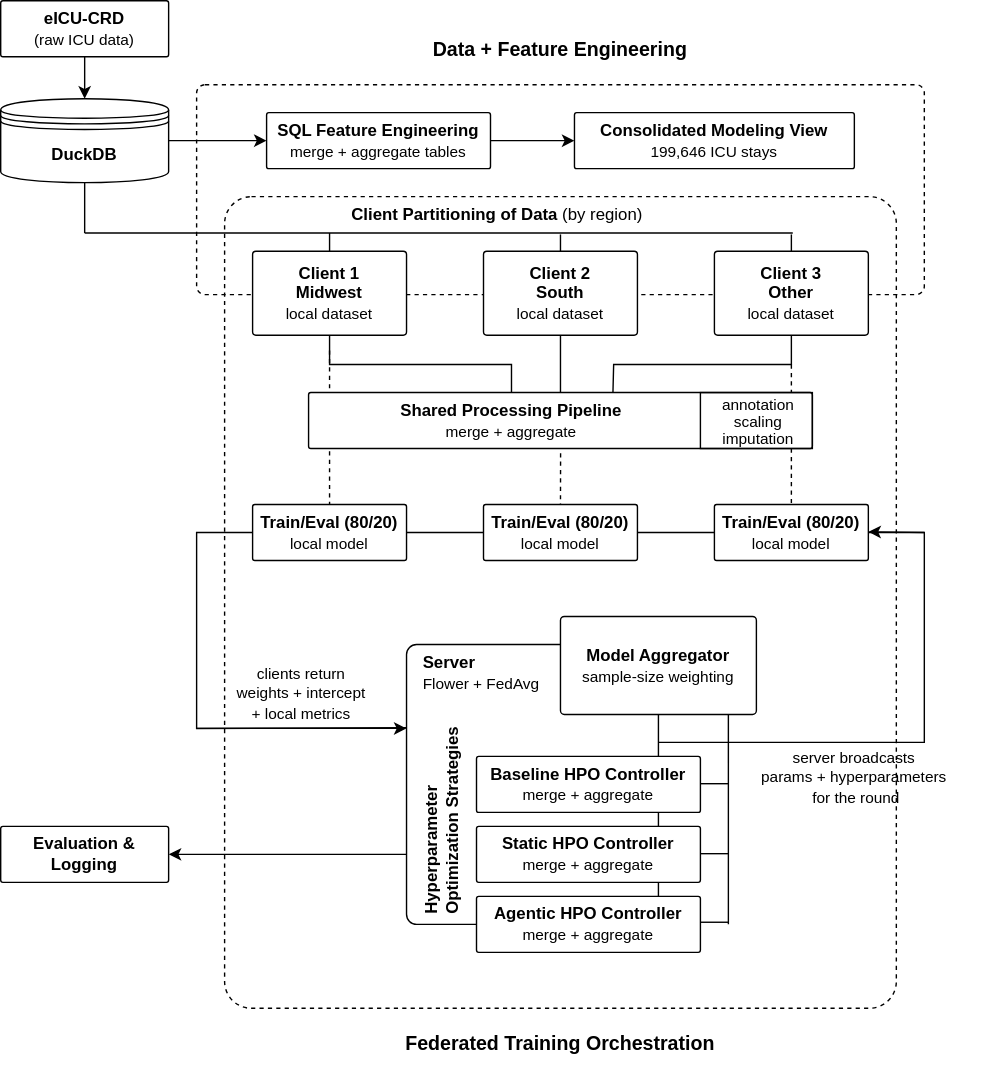
Before: docs/approach_overview.svg, a diagram exported from draw.io (umdnp/swe520capstone-agentic-hpo). Source tidied: cells renumbered, new cells last; positions are measured from the earlier drawing's top-left corner, leaving out a move shared by most shapes.
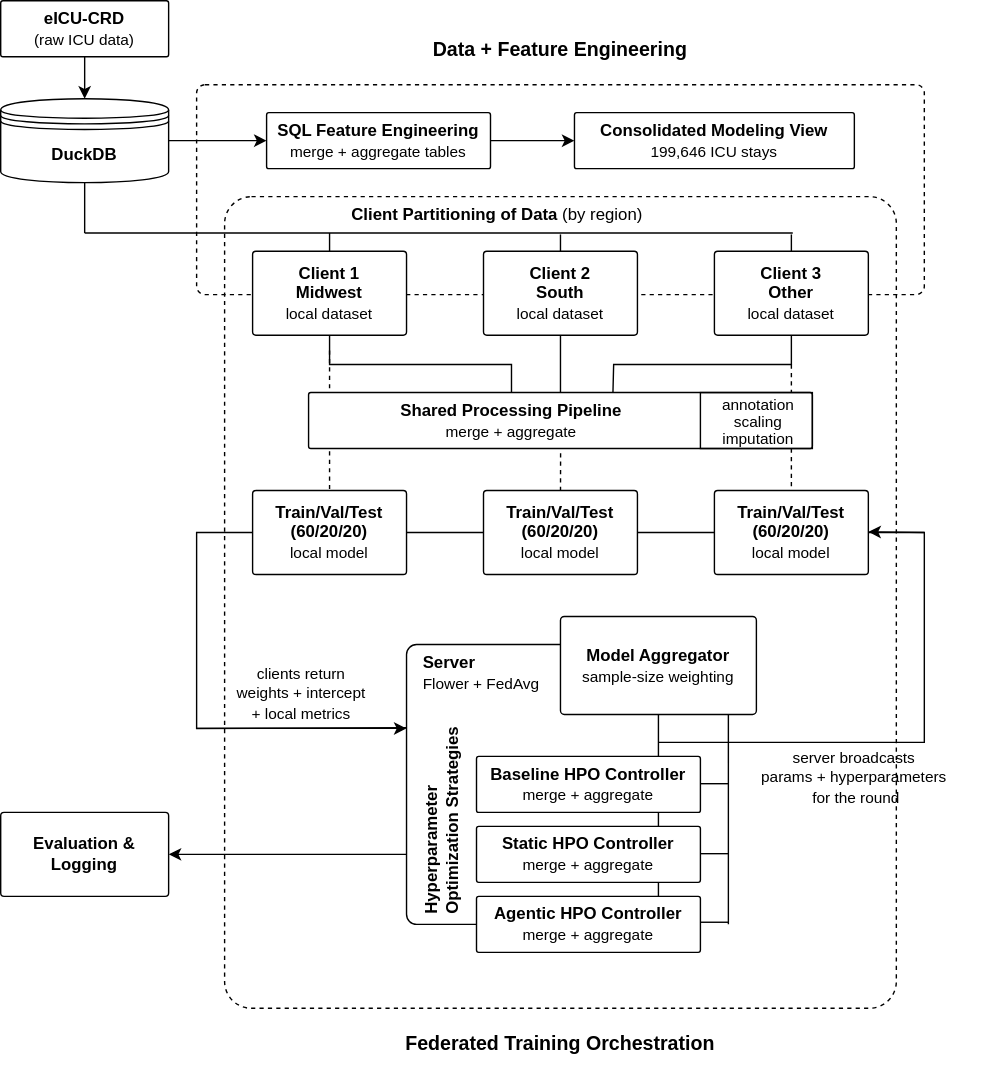
After the change.

Change to the diagram source:
```diff
@@ -2,6 +2,20 @@
   <root>
     <mxCell id="0" />
     <mxCell id="1" parent="0" />
+    <mxCell id="7" style="rounded=1;whiteSpace=wrap;html=1;fillColor=none;dashed=1;strokeColor=light-dark(#000000,#000000);shadow=0;glass=0;arcSize=4;" parent="1" vertex="1">
+      <mxGeometry x="160" y="140" width="480" height="580" as="geometry" />
+    </mxCell>
+    <mxCell id="58" style="endArrow=none;html=1;rounded=0;strokeColor=light-dark(#000000,#000000);dashed=1;entryX=0.5;entryY=0;entryDx=0;entryDy=0;" parent="1" edge="1">
+      <mxGeometry relative="1" as="geometry">
+        <mxPoint x="565" y="260" as="sourcePoint" />
+        <mxPoint x="565" y="360" as="targetPoint" />
+      </mxGeometry>
+    </mxCell>
+    <mxCell id="57" style="endArrow=none;html=1;rounded=0;strokeColor=light-dark(#000000,#000000);exitX=0.621;exitY=1.083;exitDx=0;exitDy=0;dashed=1;entryX=0.5;entryY=0;entryDx=0;entryDy=0;exitPerimeter=0;" parent="1" edge="1" source="66">
+      <mxGeometry relative="1" as="geometry">
+        <mxPoint x="400" y="360" as="targetPoint" />
+      </mxGeometry>
+    </mxCell>
     <mxCell id="2" style="endArrow=none;html=1;rounded=0;strokeColor=light-dark(#000000,#000000);exitX=0.857;exitY=0.981;exitDx=0;exitDy=0;exitPerimeter=0;" parent="1" edge="1">
       <mxGeometry relative="1" as="geometry">
         <mxPoint x="520" y="508.7" as="sourcePoint" />
@@ -14,7 +28,7 @@
       </mxGeometry>
     </mxCell>
     <mxCell id="4" style="rounded=1;whiteSpace=wrap;html=1;fillColor=light-dark(#FFFFFF,#FFFFFF);strokeColor=light-dark(#000000,#000000);shadow=0;glass=0;arcSize=4;" parent="1" vertex="1">
-      <mxGeometry y="590" width="120" height="40" as="geometry" />
+      <mxGeometry y="580" width="120" height="60" as="geometry" />
     </mxCell>
     <mxCell id="5" style="endArrow=none;html=1;rounded=0;strokeColor=light-dark(#000000,#000000);entryX=0;entryY=0.297;entryDx=0;entryDy=0;entryPerimeter=0;" parent="1" edge="1" target="18">
       <mxGeometry relative="1" as="geometry">
@@ -30,9 +44,6 @@
     <mxCell id="6" style="rounded=1;whiteSpace=wrap;html=1;fillColor=none;dashed=1;strokeColor=light-dark(#000000,#000000);shadow=0;glass=0;arcSize=4;" parent="1" vertex="1">
       <mxGeometry x="140" y="60" width="520" height="150" as="geometry" />
     </mxCell>
-    <mxCell id="7" style="rounded=1;whiteSpace=wrap;html=1;fillColor=none;dashed=1;strokeColor=light-dark(#000000,#000000);shadow=0;glass=0;arcSize=4;" parent="1" vertex="1">
-      <mxGeometry x="160" y="140" width="480" height="580" as="geometry" />
-    </mxCell>
     <mxCell id="8" style="shape=datastore;whiteSpace=wrap;html=1;fillColor=light-dark(#FFFFFF,#FFFFFF);strokeColor=light-dark(#000000,#000000);" parent="1" vertex="1">
       <mxGeometry y="70" width="120" height="60" as="geometry" />
     </mxCell>
@@ -54,7 +65,7 @@
       </mxGeometry>
     </mxCell>
     <mxCell id="14" value="&lt;b&gt;Evaluation &amp;amp; Logging&lt;/b&gt;" style="text;html=1;whiteSpace=wrap;align=center;verticalAlign=middle;rounded=0;fillColor=none;fontColor=light-dark(#000000,#000000);" parent="1" vertex="1">
-      <mxGeometry y="590" width="120" height="40" as="geometry" />
+      <mxGeometry y="580" width="120" height="60" as="geometry" />
     </mxCell>
     <mxCell id="15" style="endArrow=classic;html=1;rounded=0;strokeColor=light-dark(#000000,#000000);entryX=0;entryY=0.5;entryDx=0;entryDy=0;exitX=1;exitY=0.25;exitDx=0;exitDy=0;" parent="1" edge="1" source="11" target="29">
       <mxGeometry relative="1" as="geometry" />
@@ -194,31 +205,17 @@
       </mxGeometry>
     </mxCell>
     <mxCell id="51" style="rounded=1;whiteSpace=wrap;html=1;fillColor=light-dark(#FFFFFF,#FFFFFF);strokeColor=light-dark(#000000,#000000);shadow=0;glass=0;arcSize=4;" parent="1" vertex="1">
-      <mxGeometry x="180" y="360" width="110" height="40" as="geometry" />
+      <mxGeometry x="180" y="350" width="110" height="60" as="geometry" />
     </mxCell>
-    <mxCell id="52" value="&lt;div&gt;&lt;b&gt;Train/Eval (80/20)&lt;br&gt;&lt;/b&gt;&lt;div&gt;&lt;div&gt;&lt;font style=&quot;font-size: 11px;&quot;&gt;local model&lt;/font&gt;&lt;/div&gt;&lt;/div&gt;&lt;/div&gt;" style="text;html=1;whiteSpace=wrap;align=center;verticalAlign=middle;rounded=0;fillColor=none;fontColor=light-dark(#000000,#000000);" parent="1" vertex="1">
-      <mxGeometry x="180" y="360" width="110" height="40" as="geometry" />
+    <mxCell id="52" value="&lt;div&gt;&lt;b&gt;Train/Val/Test (60/20/20)&lt;br&gt;&lt;/b&gt;&lt;div&gt;&lt;div&gt;&lt;font style=&quot;font-size: 11px;&quot;&gt;local model&lt;/font&gt;&lt;/div&gt;&lt;/div&gt;&lt;/div&gt;" style="text;html=1;whiteSpace=wrap;align=center;verticalAlign=middle;rounded=0;fillColor=none;fontColor=light-dark(#000000,#000000);" parent="1" vertex="1">
+      <mxGeometry x="180" y="350" width="110" height="60" as="geometry" />
     </mxCell>
     <mxCell id="53" style="rounded=1;whiteSpace=wrap;html=1;fillColor=light-dark(#FFFFFF,#FFFFFF);strokeColor=light-dark(#000000,#000000);shadow=0;glass=0;arcSize=4;" parent="1" vertex="1">
-      <mxGeometry x="345" y="360" width="110" height="40" as="geometry" />
+      <mxGeometry x="345" y="350" width="110" height="60" as="geometry" />
     </mxCell>
-    <mxCell id="54" value="&lt;div&gt;&lt;b&gt;Train/Eval (80/20)&lt;br&gt;&lt;/b&gt;&lt;div&gt;&lt;div&gt;&lt;font style=&quot;font-size: 11px;&quot;&gt;local model&lt;/font&gt;&lt;/div&gt;&lt;/div&gt;&lt;/div&gt;" style="text;html=1;whiteSpace=wrap;align=center;verticalAlign=middle;rounded=0;fillColor=none;fontColor=light-dark(#000000,#000000);" parent="1" vertex="1">
-      <mxGeometry x="345" y="360" width="110" height="40" as="geometry" />
-    </mxCell>
     <mxCell id="55" style="rounded=1;whiteSpace=wrap;html=1;fillColor=light-dark(#FFFFFF,#FFFFFF);strokeColor=light-dark(#000000,#000000);shadow=0;glass=0;arcSize=4;" parent="1" vertex="1">
-      <mxGeometry x="510" y="360" width="110" height="40" as="geometry" />
+      <mxGeometry x="510" y="350" width="110" height="60" as="geometry" />
     </mxCell>
-    <mxCell id="56" value="&lt;div&gt;&lt;b&gt;Train/Eval (80/20)&lt;br&gt;&lt;/b&gt;&lt;div&gt;&lt;div&gt;&lt;font style=&quot;font-size: 11px;&quot;&gt;local model&lt;/font&gt;&lt;/div&gt;&lt;/div&gt;&lt;/div&gt;" style="text;html=1;whiteSpace=wrap;align=center;verticalAlign=middle;rounded=0;fillColor=none;fontColor=light-dark(#000000,#000000);" parent="1" vertex="1">
-      <mxGeometry x="510" y="360" width="110" height="40" as="geometry" />
-    </mxCell>
-    <mxCell id="57" style="endArrow=none;html=1;rounded=0;strokeColor=light-dark(#000000,#000000);exitX=0.621;exitY=1.083;exitDx=0;exitDy=0;dashed=1;entryX=0.5;entryY=0;entryDx=0;entryDy=0;exitPerimeter=0;" parent="1" edge="1" source="66" target="54">
-      <mxGeometry relative="1" as="geometry" />
-    </mxCell>
-    <mxCell id="58" style="endArrow=none;html=1;rounded=0;strokeColor=light-dark(#000000,#000000);dashed=1;entryX=0.5;entryY=0;entryDx=0;entryDy=0;" parent="1" edge="1" target="56">
-      <mxGeometry relative="1" as="geometry">
-        <mxPoint x="565" y="260" as="sourcePoint" />
-      </mxGeometry>
-    </mxCell>
     <mxCell id="59" style="rounded=1;whiteSpace=wrap;html=1;fillColor=light-dark(#FFFFFF,#FFFFFF);strokeColor=light-dark(#000000,#000000);shadow=0;glass=0;arcSize=4;" parent="1" vertex="1">
       <mxGeometry x="220" y="280" width="360" height="40" as="geometry" />
     </mxCell>
@@ -252,5 +249,11 @@
     <mxCell id="66" value="&lt;b&gt;Shared Processing Pipeline&lt;/b&gt;&lt;div&gt;&lt;div&gt;&lt;font style=&quot;font-size: 11px;&quot;&gt;merge + aggregate&lt;/font&gt;&lt;/div&gt;&lt;/div&gt;" style="text;html=1;whiteSpace=wrap;align=center;verticalAlign=middle;rounded=0;fillColor=none;fontColor=light-dark(#000000,#000000);" parent="1" vertex="1">
       <mxGeometry x="220" y="280" width="290" height="40" as="geometry" />
     </mxCell>
+    <mxCell id="67" value="&lt;div&gt;&lt;b&gt;Train/Val/Test (60/20/20)&lt;br&gt;&lt;/b&gt;&lt;div&gt;&lt;div&gt;&lt;font style=&quot;font-size: 11px;&quot;&gt;local model&lt;/font&gt;&lt;/div&gt;&lt;/div&gt;&lt;/div&gt;" style="text;html=1;whiteSpace=wrap;align=center;verticalAlign=middle;rounded=0;fillColor=none;fontColor=light-dark(#000000,#000000);" parent="1" vertex="1">
+      <mxGeometry x="345" y="350" width="110" height="60" as="geometry" />
+    </mxCell>
+    <mxCell id="68" value="&lt;div&gt;&lt;b&gt;Train/Val/Test (60/20/20)&lt;br&gt;&lt;/b&gt;&lt;div&gt;&lt;div&gt;&lt;font style=&quot;font-size: 11px;&quot;&gt;local model&lt;/font&gt;&lt;/div&gt;&lt;/div&gt;&lt;/div&gt;" style="text;html=1;whiteSpace=wrap;align=center;verticalAlign=middle;rounded=0;fillColor=none;fontColor=light-dark(#000000,#000000);" parent="1" vertex="1">
+      <mxGeometry x="510" y="350" width="110" height="60" as="geometry" />
+    </mxCell>
   </root>
 </mxGraphModel>
```
